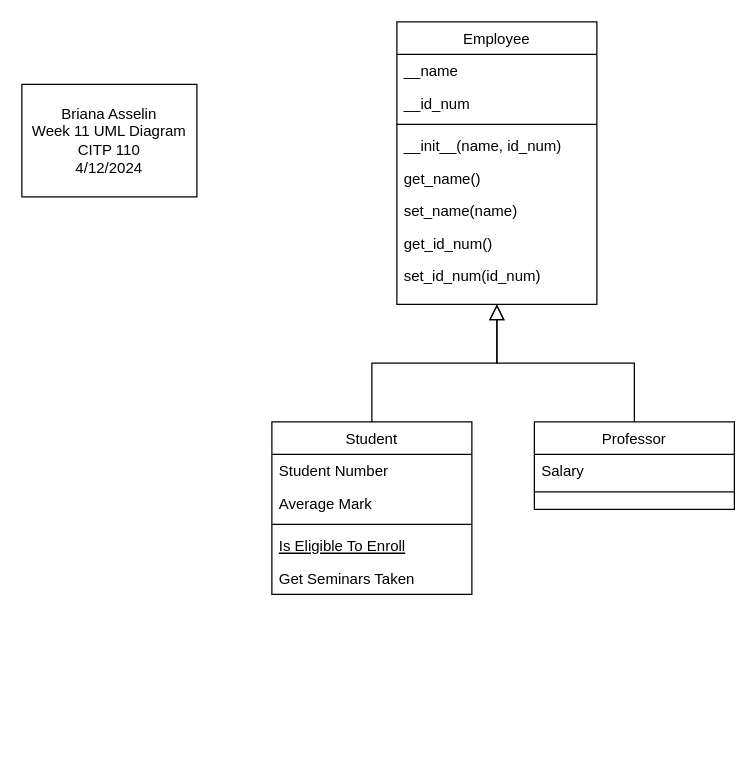
The draw.io diagram Untitled Diagram.drawio in basselin2/IntroToPythonLCC, before the edit. Source tidied: cells renumbered, new cells numbered last; positions are measured from the earlier drawing's top-left corner, leaving out a move shared by most shapes. Both pictures are drawn from the tidied source at 125%, with x=0, y=0 at pixel (21, 21).
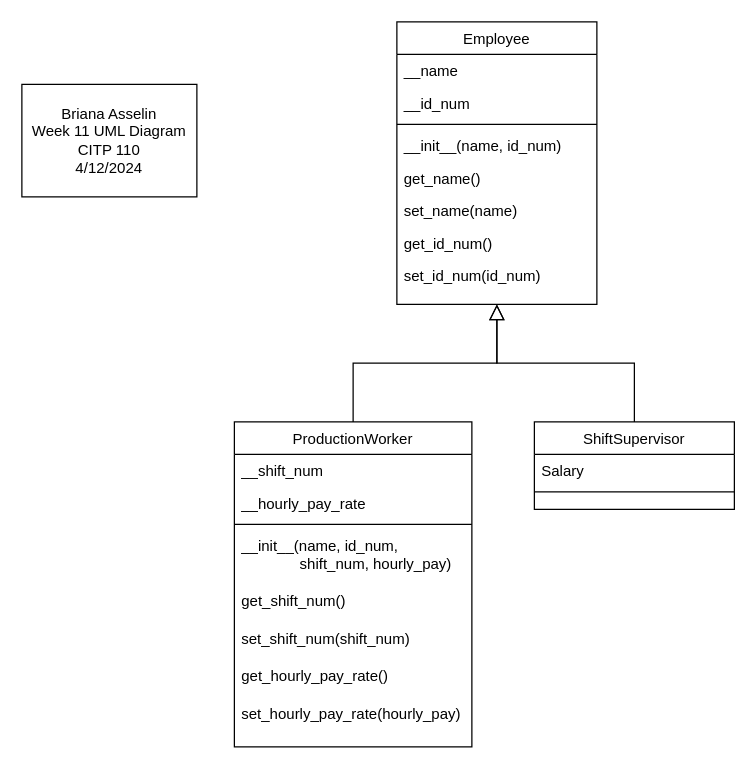
The same page after the edit.

What changed in the source:
```diff
@@
-    <mxCell id="11" value="Student" style="swimlane;fontStyle=0;align=center;verticalAlign=top;horizontal=1;startSize=26;rounded=0;shadow=0;strokeWidth=1;" parent="1" vertex="1">
-      <mxGeometry x="200" y="320" width="160" height="138" as="geometry" />
+    <mxCell id="11" value="ProductionWorker" style="swimlane;fontStyle=0;align=center;verticalAlign=top;horizontal=1;startSize=26;rounded=0;shadow=0;strokeWidth=1;" parent="1" vertex="1">
+      <mxGeometry x="170" y="320" width="190" height="260" as="geometry" />
     </mxCell>
-    <mxCell id="12" value="Student Number" style="text;align=left;verticalAlign=top;spacingLeft=4;spacingRight=4;overflow=hidden;" parent="11" vertex="1">
-      <mxGeometry y="26" width="160" height="26" as="geometry" />
+    <mxCell id="12" value="__shift_num" style="text;align=left;verticalAlign=top;spacingLeft=4;spacingRight=4;overflow=hidden;" parent="11" vertex="1">
+      <mxGeometry y="26" width="190" height="26" as="geometry" />
     </mxCell>
-    <mxCell id="13" value="Average Mark" style="text;align=left;verticalAlign=top;spacingLeft=4;spacingRight=4;overflow=hidden;rounded=0;shadow=0;html=0;" parent="11" vertex="1">
-      <mxGeometry y="52" width="160" height="26" as="geometry" />
+    <mxCell id="13" value="__hourly_pay_rate" style="text;align=left;verticalAlign=top;spacingLeft=4;spacingRight=4;overflow=hidden;rounded=0;shadow=0;html=0;" parent="11" vertex="1">
+      <mxGeometry y="52" width="190" height="26" as="geometry" />
     </mxCell>
     <mxCell id="14" style="line;html=1;strokeWidth=1;align=left;verticalAlign=middle;spacingTop=-1;spacingLeft=3;spacingRight=3;labelPosition=right;" parent="11" vertex="1">
-      <mxGeometry y="78" width="160" height="8" as="geometry" />
+      <mxGeometry y="78" width="190" height="8" as="geometry" />
     </mxCell>
-    <mxCell id="15" value="Is Eligible To Enroll" style="text;align=left;verticalAlign=top;spacingLeft=4;spacingRight=4;overflow=hidden;fontStyle=4;" parent="11" vertex="1">
-      <mxGeometry y="86" width="160" height="26" as="geometry" />
-    </mxCell>
-    <mxCell id="16" value="Get Seminars Taken" style="text;align=left;verticalAlign=top;spacingLeft=4;spacingRight=4;overflow=hidden;" parent="11" vertex="1">
-      <mxGeometry y="112" width="160" height="26" as="geometry" />
+    <mxCell id="16" value="__init__(name, id_num, &#10;              shift_num, hourly_pay)" style="text;align=left;verticalAlign=top;spacingLeft=4;spacingRight=4;overflow=hidden;" parent="11" vertex="1">
+      <mxGeometry y="86" width="190" height="44" as="geometry" />
     </mxCell>
+    <mxCell id="23" value="get_shift_num()" style="text;align=left;verticalAlign=top;spacingLeft=4;spacingRight=4;overflow=hidden;" parent="11" vertex="1">
+      <mxGeometry y="130" width="190" height="30" as="geometry" />
+    </mxCell>
+    <mxCell id="24" value="set_shift_num(shift_num)" style="text;align=left;verticalAlign=top;spacingLeft=4;spacingRight=4;overflow=hidden;" parent="11" vertex="1">
+      <mxGeometry y="160" width="190" height="30" as="geometry" />
+    </mxCell>
+    <mxCell id="25" value="get_hourly_pay_rate()" style="text;align=left;verticalAlign=top;spacingLeft=4;spacingRight=4;overflow=hidden;" parent="11" vertex="1">
+      <mxGeometry y="190" width="190" height="30" as="geometry" />
+    </mxCell>
+    <mxCell id="26" value="set_hourly_pay_rate(hourly_pay)" style="text;align=left;verticalAlign=top;spacingLeft=4;spacingRight=4;overflow=hidden;" parent="11" vertex="1">
+      <mxGeometry y="220" width="190" height="30" as="geometry" />
+    </mxCell>
@@
-    <mxCell id="18" value="Professor" style="swimlane;fontStyle=0;align=center;verticalAlign=top;horizontal=1;startSize=26;rounded=0;shadow=0;strokeWidth=1;" parent="1" vertex="1">
+    <mxCell id="18" value="ShiftSupervisor" style="swimlane;fontStyle=0;align=center;verticalAlign=top;horizontal=1;startSize=26;rounded=0;shadow=0;strokeWidth=1;" parent="1" vertex="1">
       <mxGeometry x="410" y="320" width="160" height="70" as="geometry" />
     </mxCell>
```
